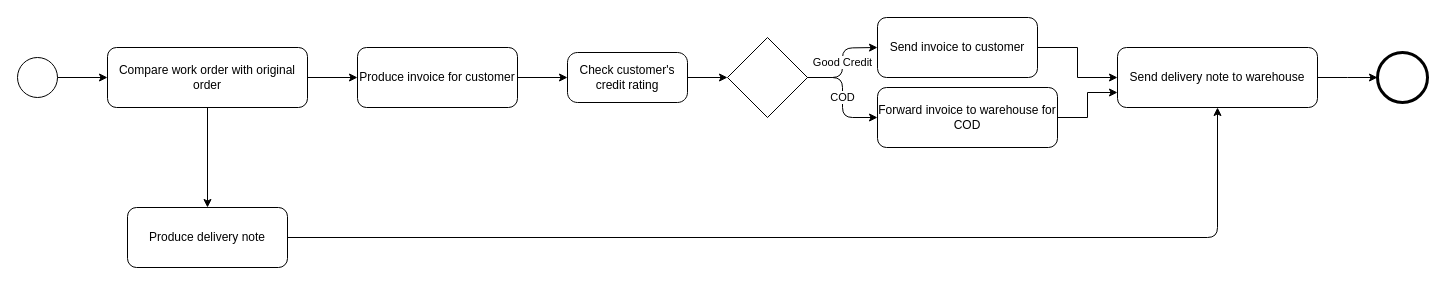
Above: exercise3.drawio in zft666zft/enterprise-system-architecture (draw.io), before the change. Source tidied: cells renumbered, new cells numbered last; positions are measured from the earlier drawing's top-left corner, leaving out a move shared by most shapes. Both pictures are drawn from the tidied source at 100%, with x=0, y=0 at pixel (17, 17).
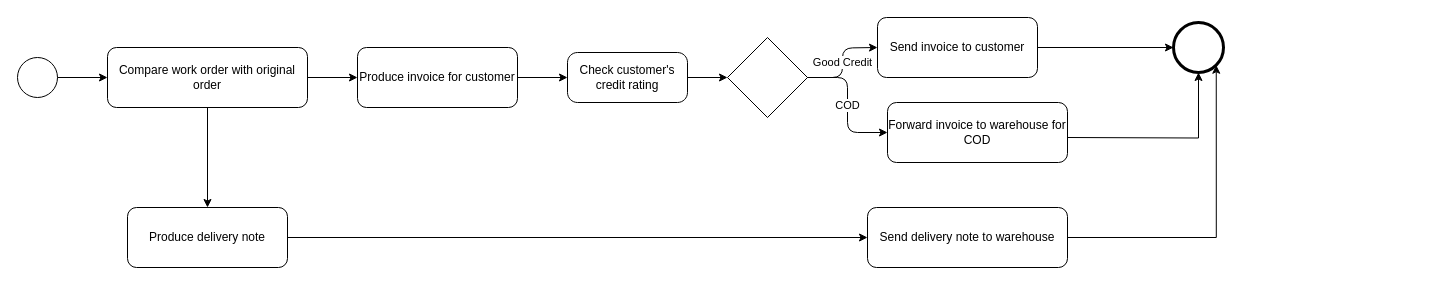
The same diagram, later.

The change refers to these unchanged cells:
```xml
<mxCell id="11" value="Send invoice to customer" style="rounded=1;whiteSpace=wrap;html=1;fontSize=12;" parent="1" vertex="1">
  <mxGeometry x="860" width="160" height="60" as="geometry" />
</mxCell>
```

Diff of the diagram source:
```diff
@@
-    <mxCell id="10" style="edgeStyle=orthogonalEdgeStyle;rounded=0;jettySize=auto;html=1;entryX=0;entryY=0.5;entryDx=0;entryDy=0;" parent="1" edge="1" source="11" target="17">
-      <mxGeometry relative="1" as="geometry" />
-    </mxCell>
+    <mxCell id="23" style="edgeStyle=orthogonalEdgeStyle;rounded=0;jettySize=auto;html=1;" parent="1" edge="1" source="11" target="19">
+      <mxGeometry relative="1" as="geometry" />
+    </mxCell>
@@
-    <mxCell id="13" style="edgeStyle=orthogonalEdgeStyle;rounded=0;jettySize=auto;html=1;entryX=0;entryY=0.75;entryDx=0;entryDy=0;" parent="1" edge="1" source="14" target="17">
-      <mxGeometry relative="1" as="geometry" />
-    </mxCell>
+    <mxCell id="24" style="edgeStyle=orthogonalEdgeStyle;rounded=0;jettySize=auto;html=1;entryX=0.5;entryY=1;entryDx=0;entryDy=0;entryPerimeter=0;" parent="1" edge="1" target="19">
+      <mxGeometry relative="1" as="geometry">
+        <mxPoint x="1050" y="120" as="sourcePoint" />
+      </mxGeometry>
+    </mxCell>
     <mxCell id="14" value="Forward invoice to warehouse for COD" style="rounded=1;whiteSpace=wrap;html=1;fontSize=12;" parent="1" vertex="1">
-      <mxGeometry x="860" y="70" width="180" height="60" as="geometry" />
+      <mxGeometry x="870" y="85" width="180" height="60" as="geometry" />
     </mxCell>
@@
-    <mxCell id="16" style="edgeStyle=orthogonalEdgeStyle;rounded=0;jettySize=auto;html=1;" parent="1" edge="1" source="17">
-      <mxGeometry relative="1" as="geometry">
-        <mxPoint x="1360" y="60" as="targetPoint" />
-      </mxGeometry>
-    </mxCell>
     <mxCell id="17" value="Send delivery note to warehouse" style="rounded=1;whiteSpace=wrap;html=1;fontSize=12;" parent="1" vertex="1">
-      <mxGeometry x="1100" y="30" width="200" height="60" as="geometry" />
+      <mxGeometry x="850" y="190" width="200" height="60" as="geometry" />
     </mxCell>
@@
     <mxCell id="19" style="points=[[0.145,0.145,0],[0.5,0,0],[0.855,0.145,0],[1,0.5,0],[0.855,0.855,0],[0.5,1,0],[0.145,0.855,0],[0,0.5,0]];shape=mxgraph.bpmn.event;html=1;verticalLabelPosition=bottom;labelBackgroundColor=#ffffff;verticalAlign=top;align=center;perimeter=ellipsePerimeter;outlineConnect=0;outline=end;symbol=terminate2;" parent="1" vertex="1">
-      <mxGeometry x="1360" y="35" width="50" height="50" as="geometry" />
+      <mxGeometry x="1156" y="5" width="50" height="50" as="geometry" />
     </mxCell>
@@
+    <mxCell id="25" style="edgeStyle=orthogonalEdgeStyle;rounded=0;jettySize=auto;html=1;entryX=0.855;entryY=0.855;entryDx=0;entryDy=0;entryPerimeter=0;" parent="1" edge="1" source="17" target="19">
+      <mxGeometry relative="1" as="geometry" />
+    </mxCell>
```
